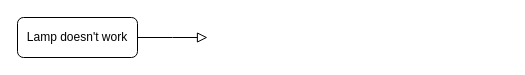
This is MMFlow.drawio from xcom169/xcom169, a draw.io file, before an edit. Source tidied: cells renumbered, new cells numbered last; positions are measured from the earlier drawing's top-left corner, leaving out a move shared by most shapes. Both pictures are drawn from the tidied source at 100%, with x=0, y=0 at pixel (17, 17).
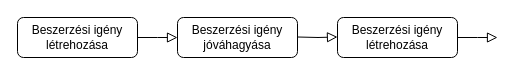
The same page after the edit.

What changed in the source:
```diff
@@
 <mxGraphModel>
   <root>
     <mxCell id="0" />
     <mxCell id="1" parent="0" />
     <mxCell id="2" style="rounded=0;html=1;jettySize=auto;fontSize=11;endArrow=block;endFill=0;endSize=8;strokeWidth=1;shadow=0;labelBackgroundColor=none;edgeStyle=orthogonalEdgeStyle;" parent="1" edge="1" source="3">
       <mxGeometry relative="1" as="geometry">
-        <mxPoint x="190" y="20" as="targetPoint" />
+        <mxPoint x="160" y="20" as="targetPoint" />
       </mxGeometry>
     </mxCell>
-    <mxCell id="3" value="Lamp doesn't work" style="rounded=1;whiteSpace=wrap;html=1;fontSize=12;glass=0;strokeWidth=1;shadow=0;" parent="1" vertex="1">
+    <mxCell id="3" value="Beszerzési igény létrehozása" style="rounded=1;whiteSpace=wrap;html=1;fontSize=12;glass=0;strokeWidth=1;shadow=0;" parent="1" vertex="1">
       <mxGeometry width="120" height="40" as="geometry" />
     </mxCell>
+    <mxCell id="4" value="Beszerzési igény jóváhagyása" style="rounded=1;whiteSpace=wrap;html=1;fontSize=12;glass=0;strokeWidth=1;shadow=0;" parent="1" vertex="1">
+      <mxGeometry x="160" width="120" height="40" as="geometry" />
+    </mxCell>
+    <mxCell id="5" style="rounded=0;html=1;jettySize=auto;fontSize=11;endArrow=block;endFill=0;endSize=8;strokeWidth=1;shadow=0;labelBackgroundColor=none;edgeStyle=orthogonalEdgeStyle;" parent="1" edge="1" source="6">
+      <mxGeometry relative="1" as="geometry">
+        <mxPoint x="480" y="20" as="targetPoint" />
+      </mxGeometry>
+    </mxCell>
+    <mxCell id="6" value="Beszerzési igény létrehozása" style="rounded=1;whiteSpace=wrap;html=1;fontSize=12;glass=0;strokeWidth=1;shadow=0;" parent="1" vertex="1">
+      <mxGeometry x="320" width="120" height="40" as="geometry" />
+    </mxCell>
+    <mxCell id="7" style="rounded=0;html=1;jettySize=auto;orthogonalLoop=1;fontSize=11;endArrow=block;endFill=0;endSize=8;strokeWidth=1;shadow=0;labelBackgroundColor=none;edgeStyle=orthogonalEdgeStyle;" parent="1" edge="1">
+      <mxGeometry relative="1" as="geometry">
+        <mxPoint x="280" y="19.5" as="sourcePoint" />
+        <mxPoint x="320" y="19.5" as="targetPoint" />
+      </mxGeometry>
+    </mxCell>
   </root>
 </mxGraphModel>
```
